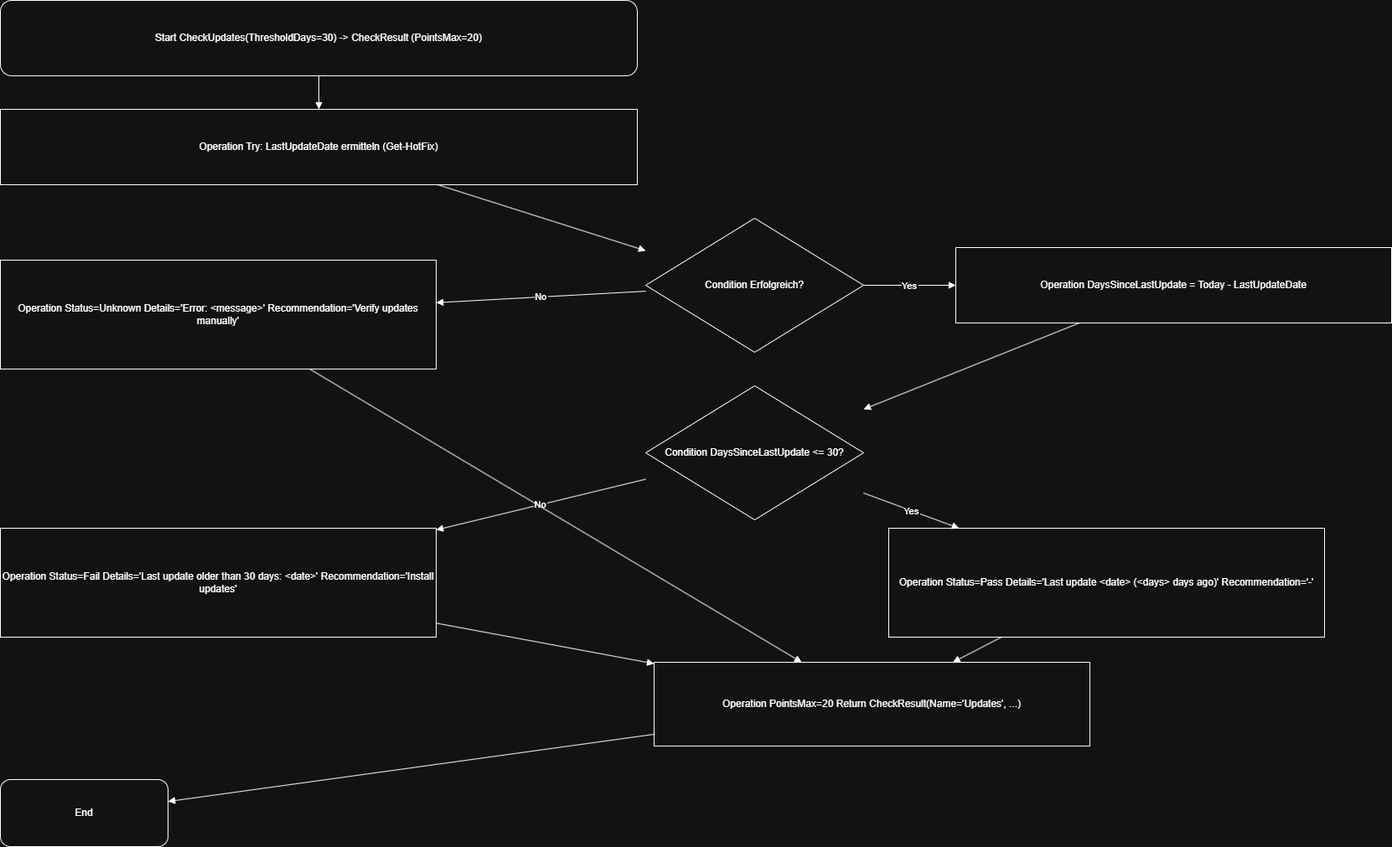
This is docs/flowchart/WinSecureCheck_FUNCTIONS-CheckUpdates().drawio.png from ZensykU2/ProjektM431_M122, a draw.io export, as it was before one commit. Source tidied: cells renumbered, new cells last; positions are measured from the earlier drawing's top-left corner, leaving out a move shared by most shapes. Source of this version:
```xml
<mxGraphModel>
  <root>
    <mxCell id="0" />
    <mxCell id="1" parent="0" />
    <mxCell id="2" value="Start CheckUpdates(ThresholdDays=30) -&gt; CheckResult (PointsMax=20)" style="shape=terminator;whiteSpace=wrap;html=0;align=center;verticalAlign=middle;rounded=1;" parent="1" vertex="1">
      <mxGeometry width="760" height="90" as="geometry" />
    </mxCell>
    <mxCell id="3" value="Operation Try: LastUpdateDate ermitteln (Get-HotFix)" style="shape=rectangle;whiteSpace=wrap;html=0;align=center;verticalAlign=middle;" parent="1" vertex="1">
      <mxGeometry y="130" width="760" height="90" as="geometry" />
    </mxCell>
    <mxCell id="4" value="Condition Erfolgreich?" style="shape=rhombus;whiteSpace=wrap;html=0;align=center;verticalAlign=middle;" parent="1" vertex="1">
      <mxGeometry x="770" y="260" width="260" height="160" as="geometry" />
    </mxCell>
    <mxCell id="5" value="Operation Status=Unknown Details='Error: &lt;message&gt;' Recommendation='Verify updates manually'" style="shape=rectangle;whiteSpace=wrap;html=0;align=center;verticalAlign=middle;" parent="1" vertex="1">
      <mxGeometry y="310" width="520" height="130" as="geometry" />
    </mxCell>
    <mxCell id="6" value="Operation DaysSinceLastUpdate = Today - LastUpdateDate" style="shape=rectangle;whiteSpace=wrap;html=0;align=center;verticalAlign=middle;" parent="1" vertex="1">
      <mxGeometry x="1140" y="295" width="520" height="90" as="geometry" />
    </mxCell>
    <mxCell id="7" value="Condition DaysSinceLastUpdate &lt;= 30?" style="shape=rhombus;whiteSpace=wrap;html=0;align=center;verticalAlign=middle;" parent="1" vertex="1">
      <mxGeometry x="770" y="460" width="260" height="160" as="geometry" />
    </mxCell>
    <mxCell id="8" value="Operation Status=Pass Details='Last update &lt;date&gt; (&lt;days&gt; days ago)' Recommendation='-'" style="shape=rectangle;whiteSpace=wrap;html=0;align=center;verticalAlign=middle;" parent="1" vertex="1">
      <mxGeometry x="1060" y="630" width="520" height="130" as="geometry" />
    </mxCell>
    <mxCell id="9" value="Operation Status=Fail Details='Last update older than 30 days: &lt;date&gt;' Recommendation='Install updates'" style="shape=rectangle;whiteSpace=wrap;html=0;align=center;verticalAlign=middle;" parent="1" vertex="1">
      <mxGeometry y="630" width="520" height="130" as="geometry" />
    </mxCell>
    <mxCell id="10" value="Operation PointsMax=20 Return CheckResult(Name='Updates', ...)" style="shape=rectangle;whiteSpace=wrap;html=0;align=center;verticalAlign=middle;" parent="1" vertex="1">
      <mxGeometry x="780" y="790" width="520" height="100" as="geometry" />
    </mxCell>
    <mxCell id="11" value="End" style="shape=terminator;whiteSpace=wrap;html=0;align=center;verticalAlign=middle;rounded=1;" parent="1" vertex="1">
      <mxGeometry y="930" width="200" height="80" as="geometry" />
    </mxCell>
    <mxCell id="12" style="endArrow=block;html=0;rounded=0;" parent="1" edge="1" source="2" target="3">
      <mxGeometry relative="1" as="geometry" />
    </mxCell>
    <mxCell id="13" style="endArrow=block;html=0;rounded=0;" parent="1" edge="1" source="3" target="4">
      <mxGeometry relative="1" as="geometry" />
    </mxCell>
    <mxCell id="14" value="No" style="endArrow=block;html=0;rounded=0;" parent="1" edge="1" source="4" target="5">
      <mxGeometry relative="1" as="geometry" />
    </mxCell>
    <mxCell id="15" value="Yes" style="endArrow=block;html=0;rounded=0;" parent="1" edge="1" source="4" target="6">
      <mxGeometry relative="1" as="geometry" />
    </mxCell>
    <mxCell id="16" style="endArrow=block;html=0;rounded=0;" parent="1" edge="1" source="6" target="7">
      <mxGeometry relative="1" as="geometry" />
    </mxCell>
    <mxCell id="17" value="Yes" style="endArrow=block;html=0;rounded=0;" parent="1" edge="1" source="7" target="8">
      <mxGeometry relative="1" as="geometry" />
    </mxCell>
    <mxCell id="18" value="No" style="endArrow=block;html=0;rounded=0;" parent="1" edge="1" source="7" target="9">
      <mxGeometry relative="1" as="geometry" />
    </mxCell>
    <mxCell id="19" style="endArrow=block;html=0;rounded=0;" parent="1" edge="1" source="5" target="10">
      <mxGeometry relative="1" as="geometry" />
    </mxCell>
    <mxCell id="20" style="endArrow=block;html=0;rounded=0;" parent="1" edge="1" source="8" target="10">
      <mxGeometry relative="1" as="geometry" />
    </mxCell>
    <mxCell id="21" style="endArrow=block;html=0;rounded=0;" parent="1" edge="1" source="9" target="10">
      <mxGeometry relative="1" as="geometry" />
    </mxCell>
    <mxCell id="22" style="endArrow=block;html=0;rounded=0;" parent="1" edge="1" source="10" target="11">
      <mxGeometry relative="1" as="geometry" />
    </mxCell>
  </root>
</mxGraphModel>
```
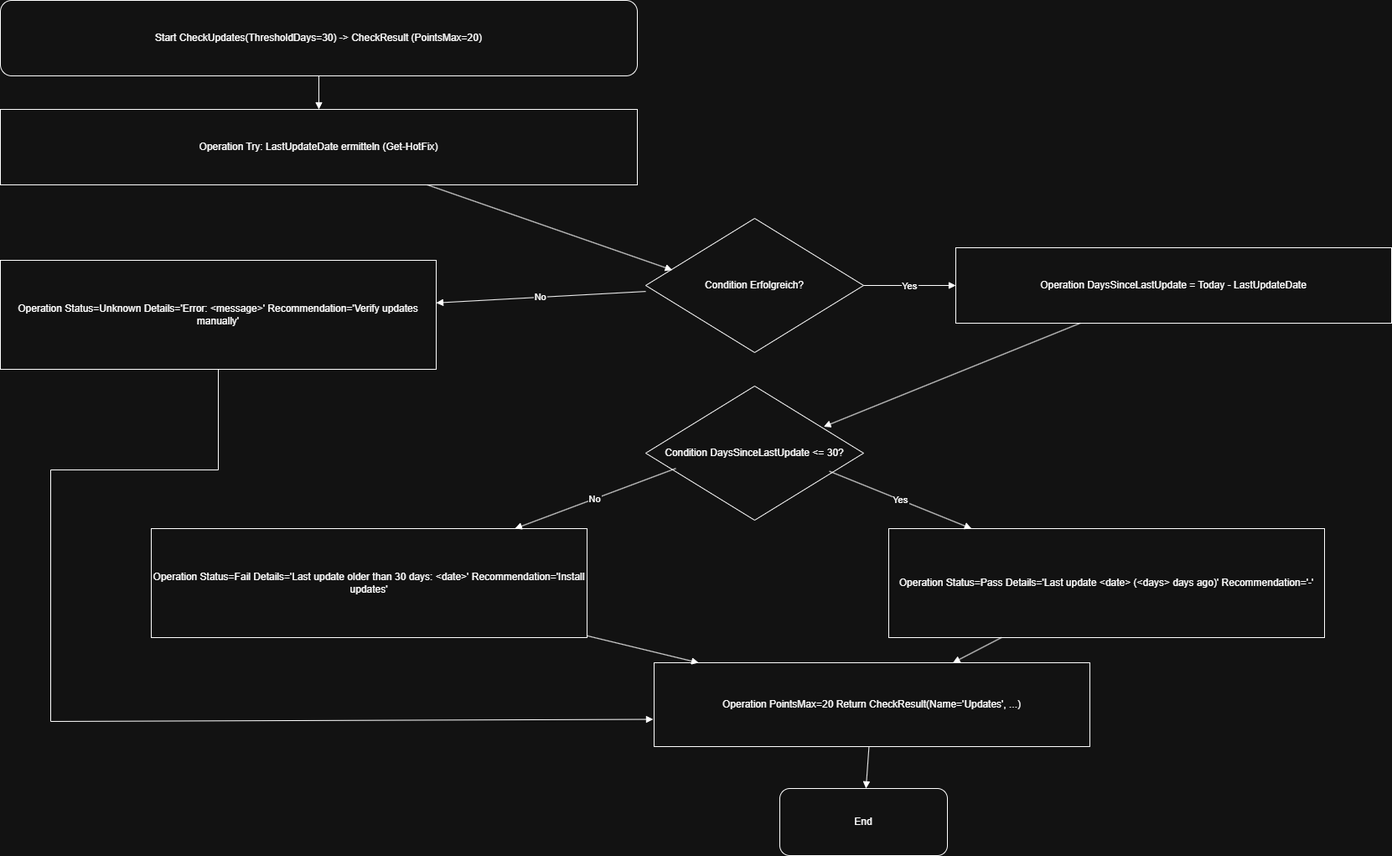
After the change.

The edit, as a diff of the source:
```diff
@@ -24,18 +24,18 @@
       <mxGeometry x="1060" y="630" width="520" height="130" as="geometry" />
     </mxCell>
     <mxCell id="9" value="Operation Status=Fail Details='Last update older than 30 days: &lt;date&gt;' Recommendation='Install updates'" style="shape=rectangle;whiteSpace=wrap;html=0;align=center;verticalAlign=middle;" parent="1" vertex="1">
-      <mxGeometry y="630" width="520" height="130" as="geometry" />
+      <mxGeometry x="180" y="630" width="520" height="130" as="geometry" />
     </mxCell>
     <mxCell id="10" value="Operation PointsMax=20 Return CheckResult(Name='Updates', ...)" style="shape=rectangle;whiteSpace=wrap;html=0;align=center;verticalAlign=middle;" parent="1" vertex="1">
       <mxGeometry x="780" y="790" width="520" height="100" as="geometry" />
     </mxCell>
     <mxCell id="11" value="End" style="shape=terminator;whiteSpace=wrap;html=0;align=center;verticalAlign=middle;rounded=1;" parent="1" vertex="1">
-      <mxGeometry y="930" width="200" height="80" as="geometry" />
+      <mxGeometry x="930" y="940" width="200" height="80" as="geometry" />
     </mxCell>
     <mxCell id="12" style="endArrow=block;html=0;rounded=0;" parent="1" edge="1" source="2" target="3">
       <mxGeometry relative="1" as="geometry" />
     </mxCell>
-    <mxCell id="13" style="endArrow=block;html=0;rounded=0;" parent="1" edge="1" source="3" target="4">
+    <mxCell id="13" style="endArrow=block;html=0;rounded=0;entryX=0.122;entryY=0.385;entryDx=0;entryDy=0;entryPerimeter=0;" parent="1" edge="1" source="3" target="4">
       <mxGeometry relative="1" as="geometry" />
     </mxCell>
     <mxCell id="14" value="No" style="endArrow=block;html=0;rounded=0;" parent="1" edge="1" source="4" target="5">
@@ -44,17 +44,23 @@
     <mxCell id="15" value="Yes" style="endArrow=block;html=0;rounded=0;" parent="1" edge="1" source="4" target="6">
       <mxGeometry relative="1" as="geometry" />
     </mxCell>
-    <mxCell id="16" style="endArrow=block;html=0;rounded=0;" parent="1" edge="1" source="6" target="7">
+    <mxCell id="16" style="endArrow=block;html=0;rounded=0;entryX=0.817;entryY=0.303;entryDx=0;entryDy=0;entryPerimeter=0;" parent="1" edge="1" source="6" target="7">
       <mxGeometry relative="1" as="geometry" />
     </mxCell>
-    <mxCell id="17" value="Yes" style="endArrow=block;html=0;rounded=0;" parent="1" edge="1" source="7" target="8">
+    <mxCell id="17" value="Yes" style="endArrow=block;html=0;rounded=0;exitX=0.843;exitY=0.635;exitDx=0;exitDy=0;exitPerimeter=0;" parent="1" edge="1" source="7" target="8">
       <mxGeometry relative="1" as="geometry" />
     </mxCell>
-    <mxCell id="18" value="No" style="endArrow=block;html=0;rounded=0;" parent="1" edge="1" source="7" target="9">
+    <mxCell id="18" value="No" style="endArrow=block;html=0;rounded=0;exitX=0.138;exitY=0.614;exitDx=0;exitDy=0;exitPerimeter=0;" parent="1" edge="1" source="7" target="9">
       <mxGeometry relative="1" as="geometry" />
     </mxCell>
-    <mxCell id="19" style="endArrow=block;html=0;rounded=0;" parent="1" edge="1" source="5" target="10">
-      <mxGeometry relative="1" as="geometry" />
+    <mxCell id="19" style="endArrow=block;html=0;rounded=0;entryX=-0.002;entryY=0.675;entryDx=0;entryDy=0;entryPerimeter=0;" parent="1" edge="1" source="5" target="10">
+      <mxGeometry relative="1" as="geometry">
+        <Array as="points">
+          <mxPoint x="260" y="560" />
+          <mxPoint x="60" y="560" />
+          <mxPoint x="60" y="860" />
+        </Array>
+      </mxGeometry>
     </mxCell>
     <mxCell id="20" style="endArrow=block;html=0;rounded=0;" parent="1" edge="1" source="8" target="10">
       <mxGeometry relative="1" as="geometry" />
```
